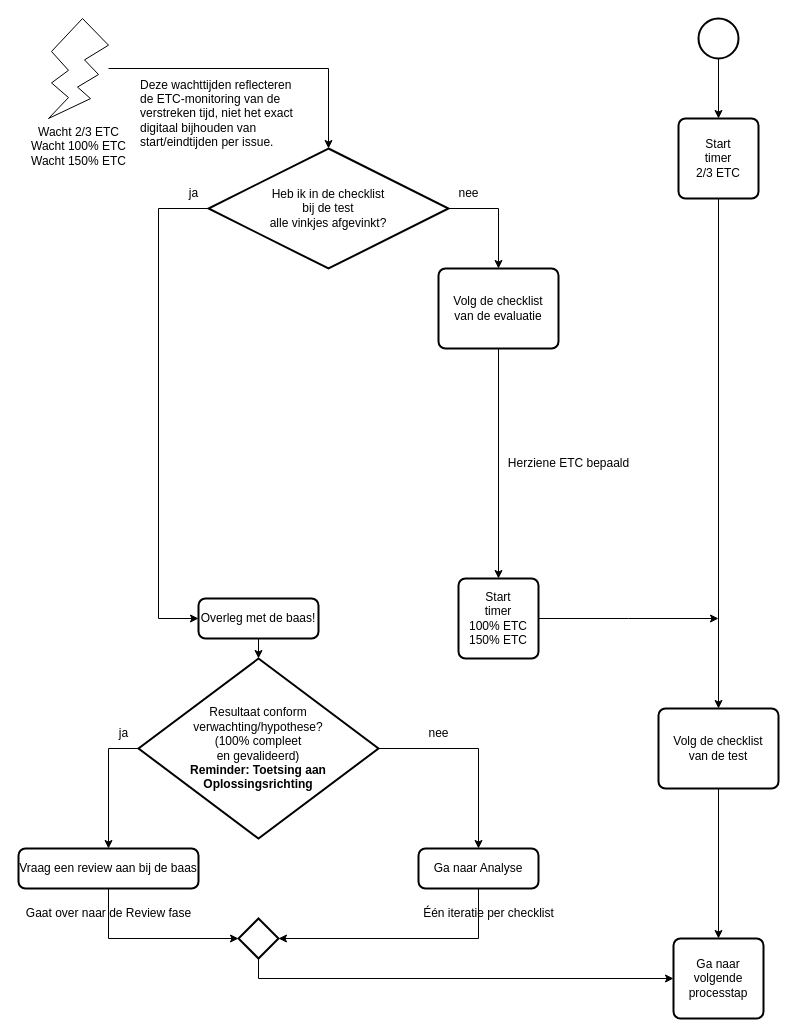
Zaibatsu89/IssueTracker keeps this draw.io diagram as 5 Issue Tracker test.drawio. Above is the earlier version. Source tidied: cells renumbered, new cells numbered last; positions are measured from the earlier drawing's top-left corner, leaving out a move shared by most shapes. Both pictures are drawn from the tidied source at 100%, with x=0, y=0 at pixel (18, 18).
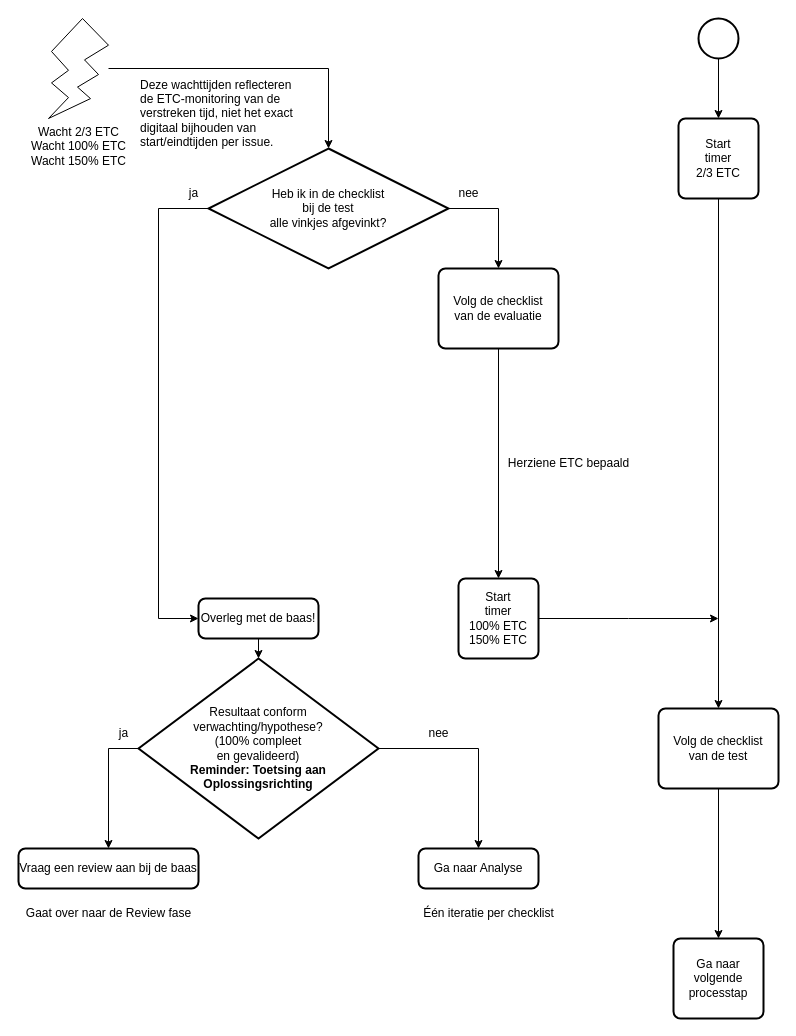
The same page after the edit.

Unchanged cells that the change refers to:
```xml
<mxCell id="8" value="Vraag een review aan bij de baas" style="rounded=1;whiteSpace=wrap;html=1;absoluteArcSize=1;arcSize=14;strokeWidth=2;" parent="1" vertex="1">
  <mxGeometry y="830" width="180" height="40" as="geometry" />
</mxCell>
<mxCell id="9" value="Ga naar Analyse" style="rounded=1;whiteSpace=wrap;html=1;absoluteArcSize=1;arcSize=14;strokeWidth=2;" parent="1" vertex="1">
  <mxGeometry x="400" y="830" width="120" height="40" as="geometry" />
</mxCell>
<mxCell id="32" value="Ga naar&lt;br&gt;volgende&lt;br&gt;processtap" style="rounded=1;whiteSpace=wrap;html=1;absoluteArcSize=1;arcSize=14;strokeWidth=2;" parent="1" vertex="1">
  <mxGeometry x="655" y="920" width="90" height="80" as="geometry" />
</mxCell>
```

The edit, as a diff of the source:
```diff
@@
-    <mxCell id="21" style="strokeWidth=2;html=1;shape=mxgraph.flowchart.decision;whiteSpace=wrap;" parent="1" vertex="1">
-      <mxGeometry x="220" y="900" width="40" height="40" as="geometry" />
-    </mxCell>
-    <mxCell id="22" style="edgeStyle=orthogonalEdgeStyle;rounded=0;jettySize=auto;html=1;exitX=0.5;exitY=1;exitDx=0;exitDy=0;entryX=1;entryY=0.5;entryDx=0;entryDy=0;entryPerimeter=0;" parent="1" edge="1" source="9" target="21">
-      <mxGeometry relative="1" as="geometry" />
-    </mxCell>
-    <mxCell id="23" style="edgeStyle=orthogonalEdgeStyle;rounded=0;jettySize=auto;html=1;exitX=0.5;exitY=1;exitDx=0;exitDy=0;exitPerimeter=0;entryX=0;entryY=0.5;entryDx=0;entryDy=0;" parent="1" edge="1" source="21" target="32">
-      <mxGeometry relative="1" as="geometry" />
-    </mxCell>
@@
-    <mxCell id="27" style="edgeStyle=orthogonalEdgeStyle;rounded=0;jettySize=auto;html=1;exitX=0.5;exitY=1;exitDx=0;exitDy=0;entryX=0;entryY=0.5;entryDx=0;entryDy=0;entryPerimeter=0;" parent="1" edge="1" source="8" target="21">
-      <mxGeometry relative="1" as="geometry" />
-    </mxCell>
```
